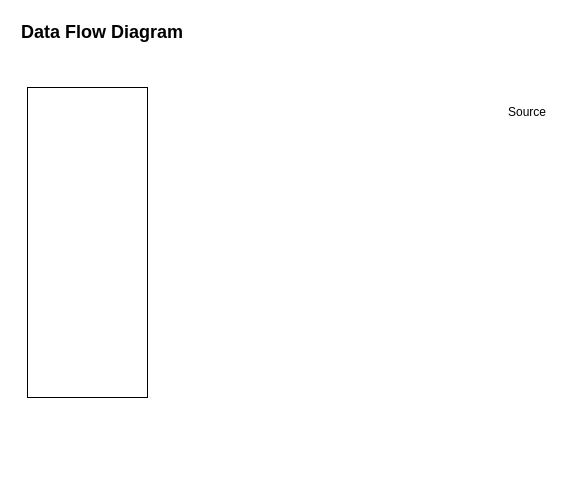
Earlier version of the draw.io diagram docs/data_flow.drawio (Bhavya-02022000/DWH_project). Source tidied: cells renumbered, new cells numbered last; positions are measured from the earlier drawing's top-left corner, leaving out a move shared by most shapes. Both pictures are drawn from the tidied source at 100%, with x=0, y=0 at pixel (17, 17).
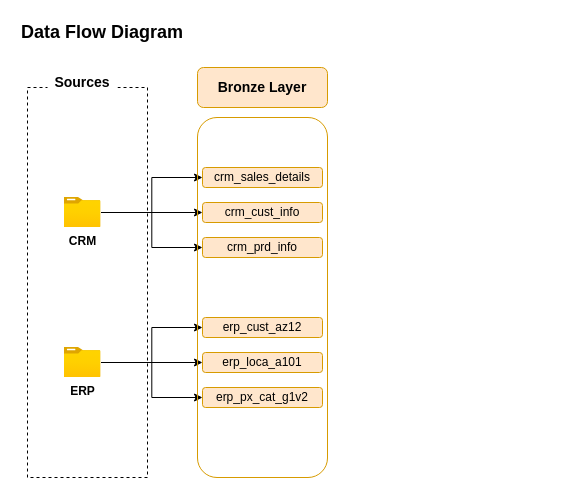
After the change.

Change to the diagram source:
```diff
@@
-    <mxCell id="3" style="rounded=0;whiteSpace=wrap;html=1;" parent="1" vertex="1">
-      <mxGeometry x="10" y="70" width="120" height="310" as="geometry" />
+    <mxCell id="3" style="rounded=0;whiteSpace=wrap;html=1;fillColor=none;dashed=1;" parent="1" vertex="1">
+      <mxGeometry x="10" y="70" width="120" height="390" as="geometry" />
     </mxCell>
-    <mxCell id="4" value="Source" style="text;html=1;align=center;verticalAlign=middle;whiteSpace=wrap;rounded=0;" parent="1" vertex="1">
-      <mxGeometry x="480" y="80" width="60" height="30" as="geometry" />
+    <mxCell id="4" value="&lt;font style=&quot;font-size: 14px;&quot;&gt;&lt;b&gt;Sources&lt;/b&gt;&lt;/font&gt;" style="text;html=1;align=center;verticalAlign=middle;whiteSpace=wrap;rounded=0;fillColor=default;" parent="1" vertex="1">
+      <mxGeometry x="30" y="50" width="70" height="30" as="geometry" />
     </mxCell>
+    <mxCell id="5" style="edgeStyle=orthogonalEdgeStyle;rounded=0;jettySize=auto;html=1;" parent="1" edge="1" source="8" target="16">
+      <mxGeometry relative="1" as="geometry" />
+    </mxCell>
+    <mxCell id="6" style="edgeStyle=orthogonalEdgeStyle;rounded=0;jettySize=auto;html=1;entryX=0;entryY=0.5;entryDx=0;entryDy=0;" parent="1" edge="1" source="8" target="17">
+      <mxGeometry relative="1" as="geometry" />
+    </mxCell>
+    <mxCell id="7" style="edgeStyle=orthogonalEdgeStyle;rounded=0;jettySize=auto;html=1;entryX=0;entryY=0.5;entryDx=0;entryDy=0;" parent="1" edge="1" source="8" target="15">
+      <mxGeometry relative="1" as="geometry" />
+    </mxCell>
+    <mxCell id="8" value="&lt;b&gt;CRM&lt;/b&gt;" style="image;html=1;points=[];align=center;fontSize=12;image=img/lib/azure2/general/Folder_Blank.svg;" parent="1" vertex="1">
+      <mxGeometry x="46.5" y="180" width="37" height="30" as="geometry" />
+    </mxCell>
+    <mxCell id="9" style="edgeStyle=orthogonalEdgeStyle;rounded=0;jettySize=auto;html=1;" parent="1" edge="1" source="12" target="19">
+      <mxGeometry relative="1" as="geometry" />
+    </mxCell>
+    <mxCell id="10" style="edgeStyle=orthogonalEdgeStyle;rounded=0;jettySize=auto;html=1;entryX=0;entryY=0.5;entryDx=0;entryDy=0;" parent="1" edge="1" source="12" target="20">
+      <mxGeometry relative="1" as="geometry" />
+    </mxCell>
+    <mxCell id="11" style="edgeStyle=orthogonalEdgeStyle;rounded=0;jettySize=auto;html=1;entryX=0;entryY=0.5;entryDx=0;entryDy=0;" parent="1" edge="1" source="12" target="18">
+      <mxGeometry relative="1" as="geometry" />
+    </mxCell>
+    <mxCell id="12" value="&lt;b&gt;ERP&lt;/b&gt;" style="image;html=1;points=[];align=center;fontSize=12;image=img/lib/azure2/general/Folder_Blank.svg;" parent="1" vertex="1">
+      <mxGeometry x="46.5" y="330" width="37" height="30" as="geometry" />
+    </mxCell>
+    <mxCell id="13" style="rounded=1;whiteSpace=wrap;html=1;fillColor=none;strokeColor=#d79b00;" parent="1" vertex="1">
+      <mxGeometry x="180" y="100" width="130" height="360" as="geometry" />
+    </mxCell>
+    <mxCell id="14" value="&lt;b&gt;&lt;font style=&quot;font-size: 14px;&quot;&gt;Bronze Layer&lt;/font&gt;&lt;/b&gt;" style="rounded=1;whiteSpace=wrap;html=1;fillColor=#ffe6cc;strokeColor=#d79b00;" parent="1" vertex="1">
+      <mxGeometry x="180" y="50" width="130" height="40" as="geometry" />
+    </mxCell>
+    <mxCell id="15" value="&lt;font style=&quot;font-size: 12px;&quot;&gt;crm_sales_details&lt;/font&gt;" style="rounded=1;whiteSpace=wrap;html=1;fillColor=#ffe6cc;strokeColor=#d79b00;" parent="1" vertex="1">
+      <mxGeometry x="185" y="150" width="120" height="20" as="geometry" />
+    </mxCell>
+    <mxCell id="16" value="&lt;font style=&quot;font-size: 12px;&quot;&gt;crm_cust_info&lt;/font&gt;" style="rounded=1;whiteSpace=wrap;html=1;fillColor=#ffe6cc;strokeColor=#d79b00;" parent="1" vertex="1">
+      <mxGeometry x="185" y="185" width="120" height="20" as="geometry" />
+    </mxCell>
+    <mxCell id="17" value="&lt;font style=&quot;font-size: 12px;&quot;&gt;crm_prd_info&lt;/font&gt;" style="rounded=1;whiteSpace=wrap;html=1;fillColor=#ffe6cc;strokeColor=#d79b00;" parent="1" vertex="1">
+      <mxGeometry x="185" y="220" width="120" height="20" as="geometry" />
+    </mxCell>
+    <mxCell id="18" value="&lt;font style=&quot;font-size: 12px;&quot;&gt;erp_cust_az12&lt;/font&gt;" style="rounded=1;whiteSpace=wrap;html=1;fillColor=#ffe6cc;strokeColor=#d79b00;" parent="1" vertex="1">
+      <mxGeometry x="185" y="300" width="120" height="20" as="geometry" />
+    </mxCell>
+    <mxCell id="19" value="erp_loca_a101" style="rounded=1;whiteSpace=wrap;html=1;fillColor=#ffe6cc;strokeColor=#d79b00;" parent="1" vertex="1">
+      <mxGeometry x="185" y="335" width="120" height="20" as="geometry" />
+    </mxCell>
+    <mxCell id="20" value="&lt;font style=&quot;font-size: 12px;&quot;&gt;erp_px_cat_g1v2&lt;/font&gt;" style="rounded=1;whiteSpace=wrap;html=1;fillColor=#ffe6cc;strokeColor=#d79b00;" parent="1" vertex="1">
+      <mxGeometry x="185" y="370" width="120" height="20" as="geometry" />
+    </mxCell>
```
